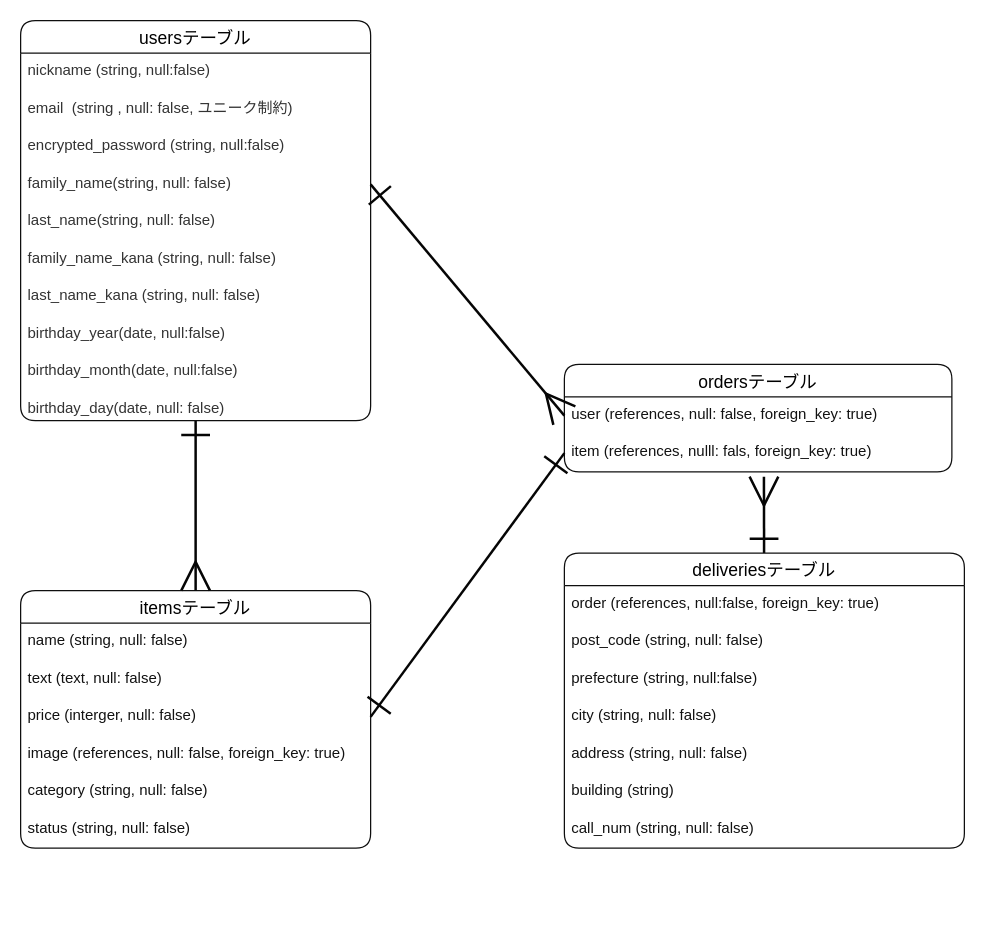
This is firima.dio from shu1016/furima-40955, a draw.io file, before an edit. Source tidied: cells renumbered, new cells numbered last; positions are measured from the earlier drawing's top-left corner, leaving out a move shared by most shapes. Both pictures are drawn from the tidied source at 125%, with x=0, y=0 at pixel (20, 20).
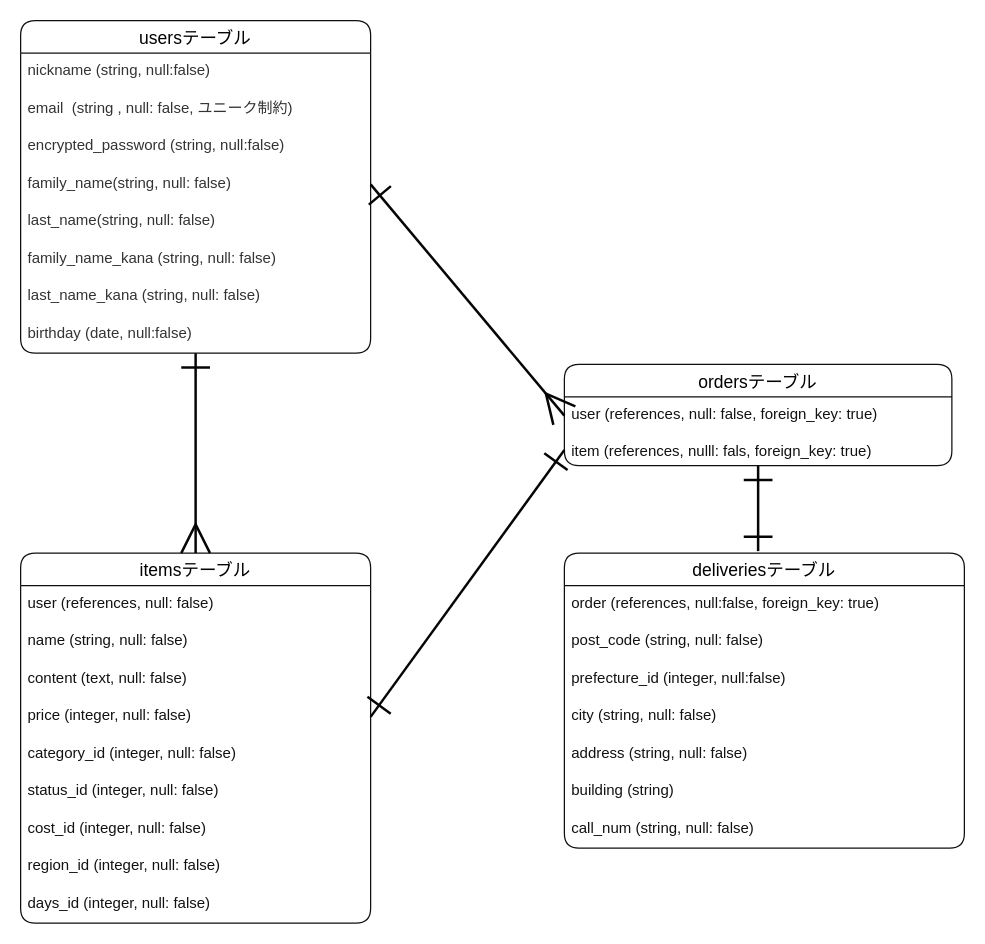
The same diagram, later.

Commit message (it also covers changes not shown here):
データベース設計 2nd

The change refers to these unchanged cells:
```xml
<mxCell id="27" value="deliveriesテーブル" style="swimlane;fontStyle=0;horizontal=1;startSize=26;align=center;fontSize=14;rounded=1;strokeColor=#0f0f0f;" parent="1" vertex="1">
  <mxGeometry x="435" y="426" width="320" height="236" as="geometry" />
</mxCell>
```

Diff of the diagram source:
```diff
@@
     <mxCell id="2" value="itemsテーブル" style="swimlane;fontStyle=0;horizontal=1;startSize=26;align=center;fontSize=14;rounded=1;strokeColor=#0f0f0f;" parent="1" vertex="1">
-      <mxGeometry y="456" width="280" height="206" as="geometry" />
+      <mxGeometry y="426" width="280" height="296" as="geometry" />
     </mxCell>
+    <mxCell id="35" value="user (references, null: false)" style="text;strokeColor=none;fillColor=none;spacingLeft=4;spacingRight=4;overflow=hidden;fontSize=12;rounded=0;labelBackgroundColor=none;labelBorderColor=none;strokeWidth=1;fontColor=#121212;" parent="2" vertex="1">
+      <mxGeometry y="26" width="280" height="30" as="geometry" />
+    </mxCell>
     <mxCell id="3" value="name (string, null: false)" style="text;spacingLeft=4;spacingRight=4;overflow=hidden;fontSize=12;rounded=1;fontColor=#121212;" parent="2" vertex="1">
-      <mxGeometry y="26" width="280" height="30" as="geometry" />
+      <mxGeometry y="56" width="280" height="30" as="geometry" />
     </mxCell>
-    <mxCell id="4" value="text (text, null: false)" style="text;spacingLeft=4;spacingRight=4;overflow=hidden;fontSize=12;rounded=1;fontColor=#121212;" parent="2" vertex="1">
-      <mxGeometry y="56" width="280" height="30" as="geometry" />
+    <mxCell id="4" value="content (text, null: false)" style="text;spacingLeft=4;spacingRight=4;overflow=hidden;fontSize=12;rounded=1;fontColor=#121212;" parent="2" vertex="1">
+      <mxGeometry y="86" width="280" height="30" as="geometry" />
     </mxCell>
-    <mxCell id="5" value="price (interger, null: false)" style="text;spacingLeft=4;spacingRight=4;overflow=hidden;points=[[0,0.5],[1,0.5]];portConstraint=eastwest;fontSize=12;rounded=1;fontColor=#121212;" parent="2" vertex="1">
-      <mxGeometry y="86" width="280" height="30" as="geometry" />
+    <mxCell id="5" value="price (integer, null: false)" style="text;spacingLeft=4;spacingRight=4;overflow=hidden;points=[[0,0.5],[1,0.5]];portConstraint=eastwest;fontSize=12;rounded=1;fontColor=#121212;" parent="2" vertex="1">
+      <mxGeometry y="116" width="280" height="30" as="geometry" />
     </mxCell>
-    <mxCell id="6" value="image (references, null: false, foreign_key: true)" style="text;spacingLeft=4;spacingRight=4;overflow=hidden;fontSize=12;rounded=1;fontColor=#121212;" parent="2" vertex="1">
-      <mxGeometry y="116" width="280" height="30" as="geometry" />
-    </mxCell>
-    <mxCell id="7" value="category (string, null: false)" style="text;spacingLeft=4;spacingRight=4;overflow=hidden;fontSize=12;rounded=1;fontColor=#121212;" parent="2" vertex="1">
+    <mxCell id="7" value="category_id (integer, null: false)" style="text;spacingLeft=4;spacingRight=4;overflow=hidden;fontSize=12;rounded=1;fontColor=#121212;" parent="2" vertex="1">
       <mxGeometry y="146" width="280" height="30" as="geometry" />
     </mxCell>
-    <mxCell id="8" value="status (string, null: false)" style="text;spacingLeft=4;spacingRight=4;overflow=hidden;fontSize=12;rounded=1;fontColor=#121212;" parent="2" vertex="1">
+    <mxCell id="8" value="status_id (integer, null: false)" style="text;spacingLeft=4;spacingRight=4;overflow=hidden;fontSize=12;rounded=1;fontColor=#121212;" parent="2" vertex="1">
       <mxGeometry y="176" width="280" height="30" as="geometry" />
     </mxCell>
+    <mxCell id="36" value="cost_id (integer, null: false)" style="text;strokeColor=none;fillColor=none;spacingLeft=4;spacingRight=4;overflow=hidden;fontSize=12;rounded=0;labelBackgroundColor=none;labelBorderColor=none;strokeWidth=1;fontColor=#121212;" parent="2" vertex="1">
+      <mxGeometry y="206" width="280" height="30" as="geometry" />
+    </mxCell>
+    <mxCell id="37" value="region_id (integer, null: false)" style="text;strokeColor=none;fillColor=none;spacingLeft=4;spacingRight=4;overflow=hidden;fontSize=12;rounded=0;labelBackgroundColor=none;labelBorderColor=none;strokeWidth=1;fontColor=#121212;" parent="2" vertex="1">
+      <mxGeometry y="236" width="280" height="30" as="geometry" />
+    </mxCell>
+    <mxCell id="38" value="days_id (integer, null: false)" style="text;strokeColor=none;fillColor=none;spacingLeft=4;spacingRight=4;overflow=hidden;fontSize=12;rounded=0;labelBackgroundColor=none;labelBorderColor=none;strokeWidth=1;fontColor=#121212;" parent="2" vertex="1">
+      <mxGeometry y="266" width="280" height="30" as="geometry" />
+    </mxCell>
+    <mxCell id="39" style="edgeStyle=none;html=1;strokeColor=#050505;strokeWidth=2;fontColor=#121212;startArrow=ERone;startFill=0;endArrow=ERone;endFill=0;endSize=20;startSize=20;" parent="1" edge="1" source="9">
+      <mxGeometry relative="1" as="geometry">
+        <mxPoint x="590" y="424.4" as="targetPoint" />
+      </mxGeometry>
+    </mxCell>
     <mxCell id="9" value="ordersテーブル" style="swimlane;fontStyle=0;horizontal=1;startSize=26;align=center;fontSize=14;rounded=1;strokeColor=#0f0f0f;" parent="1" vertex="1">
-      <mxGeometry x="435" y="275" width="310" height="86" as="geometry" />
+      <mxGeometry x="435" y="275" width="310" height="81" as="geometry" />
     </mxCell>
@@
     <mxCell id="11" value="item (references, nulll: fals, foreign_key: true)" style="text;spacingLeft=4;spacingRight=4;overflow=hidden;points=[[0,0.5],[1,0.5]];portConstraint=eastwest;fontSize=12;rounded=1;fontColor=#121212;" parent="9" vertex="1">
-      <mxGeometry y="56" width="310" height="30" as="geometry" />
+      <mxGeometry y="56" width="310" height="25" as="geometry" />
     </mxCell>
@@
     <mxCell id="13" value="usersテーブル" style="swimlane;fontStyle=0;horizontal=1;startSize=26;align=center;fontSize=14;rounded=1;labelBackgroundColor=none;labelBorderColor=none;strokeColor=#0f0f0f;" parent="1" vertex="1">
-      <mxGeometry width="280" height="320" as="geometry" />
+      <mxGeometry width="280" height="266" as="geometry" />
     </mxCell>
@@
-    <mxCell id="21" value="birthday_year(date, null:false)" style="text;strokeColor=none;fillColor=none;spacingLeft=4;spacingRight=4;overflow=hidden;fontSize=12;rounded=1;fontColor=#333333;" parent="13" vertex="1">
+    <mxCell id="21" value="birthday (date, null:false)" style="text;strokeColor=none;fillColor=none;spacingLeft=4;spacingRight=4;overflow=hidden;fontSize=12;rounded=1;fontColor=#333333;" parent="13" vertex="1">
       <mxGeometry y="236" width="280" height="30" as="geometry" />
     </mxCell>
-    <mxCell id="22" value="birthday_month(date, null:false)   " style="text;strokeColor=none;fillColor=none;spacingLeft=4;spacingRight=4;overflow=hidden;fontSize=12;rounded=1;fontColor=#333333;" parent="13" vertex="1">
-      <mxGeometry y="266" width="280" height="30" as="geometry" />
-    </mxCell>
-    <mxCell id="23" value="birthday_day(date, null: false)" style="text;strokeColor=none;fillColor=none;spacingLeft=4;spacingRight=4;overflow=hidden;fontSize=12;rounded=1;fontColor=#333333;" parent="13" vertex="1">
-      <mxGeometry y="296" width="280" height="24" as="geometry" />
-    </mxCell>
@@
-    <mxCell id="26" style="edgeStyle=none;html=1;entryX=0.515;entryY=1.127;entryDx=0;entryDy=0;entryPerimeter=0;strokeWidth=2;startArrow=ERone;startFill=0;endArrow=ERmany;endFill=0;startSize=20;endSize=20;rounded=1;strokeColor=#050505;" parent="1" edge="1" source="27" target="11">
-      <mxGeometry relative="1" as="geometry" />
-    </mxCell>
@@
-    <mxCell id="30" value="prefecture (string, null:false)" style="text;spacingLeft=4;spacingRight=4;overflow=hidden;fontSize=12;rounded=1;fontColor=#121212;" parent="27" vertex="1">
+    <mxCell id="30" value="prefecture_id (integer, null:false)" style="text;spacingLeft=4;spacingRight=4;overflow=hidden;fontSize=12;rounded=1;fontColor=#121212;" parent="27" vertex="1">
       <mxGeometry y="86" width="320" height="30" as="geometry" />
     </mxCell>
```
